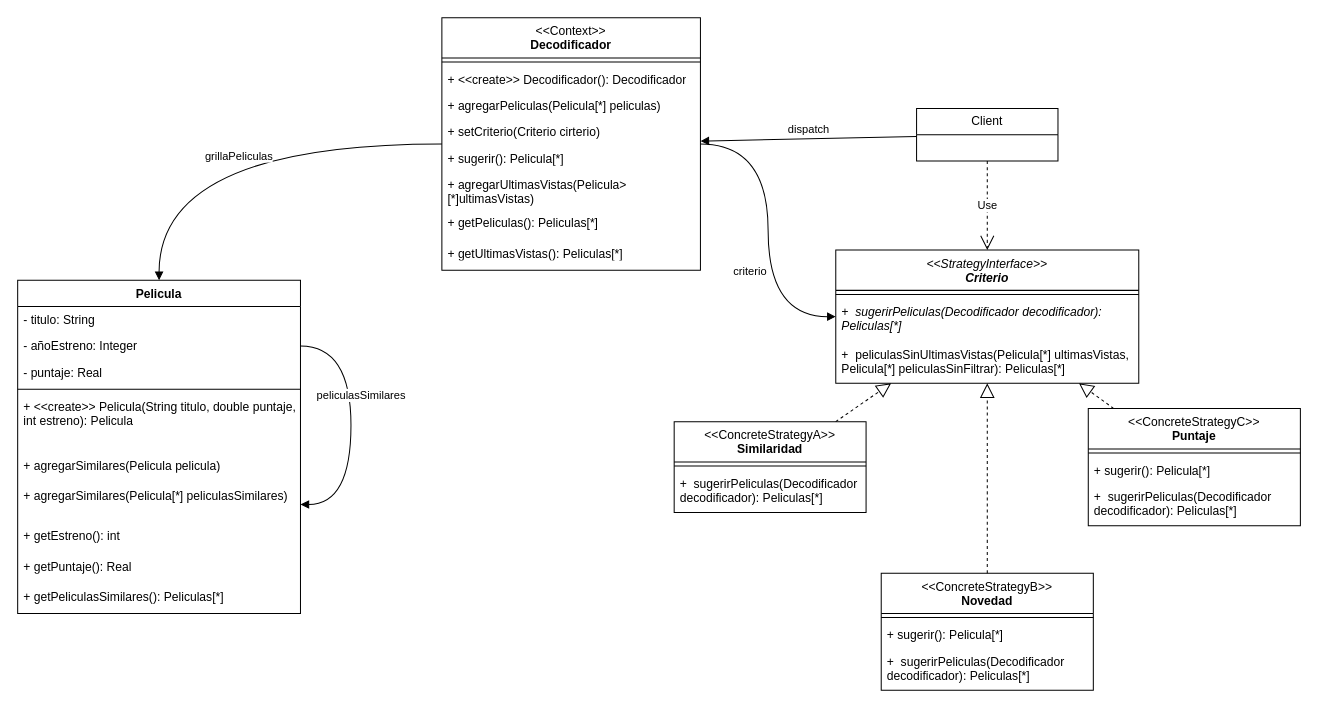
senrasunlp/OO2-2025 keeps this draw.io diagram as 02_Prácticas/03-patrones/05-decodificador/05-decodificador.drawio. Above is the earlier version. Source tidied: cells renumbered, new cells numbered last; positions are measured from the earlier drawing's top-left corner, leaving out a move shared by most shapes. Both pictures are drawn from the tidied source at 101%, with x=0, y=0 at pixel (17, 17).
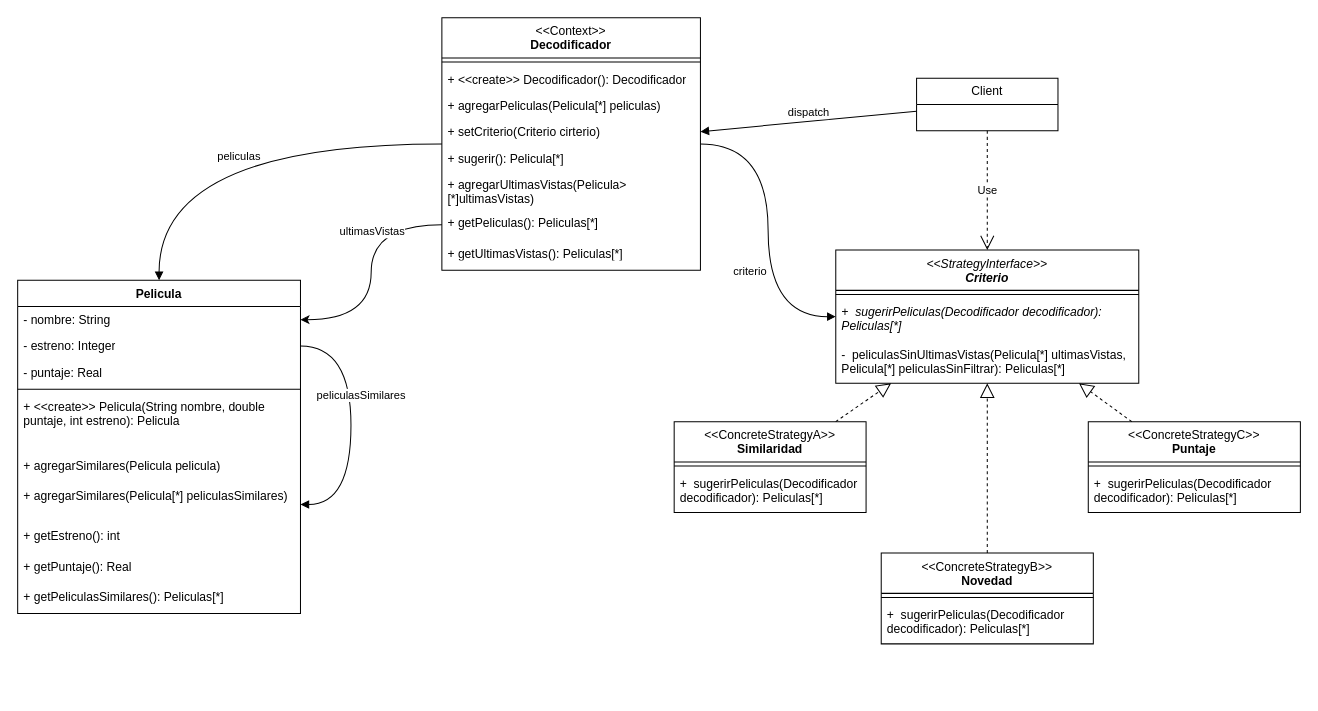
The same diagram, later.

The change refers to these unchanged cells:
```xml
<mxCell id="9" value="+ getPeliculas(): Peliculas[*]" style="text;strokeColor=none;fillColor=none;align=left;verticalAlign=top;spacingLeft=4;spacingRight=4;overflow=hidden;points=[[0,0.5],[1,0.5]];portConstraint=eastwest;whiteSpace=wrap;html=1;" parent="2" vertex="1">
  <mxGeometry y="190" width="256" height="30" as="geometry" />
</mxCell>
<mxCell id="11" value="Pelicula" style="swimlane;fontStyle=1;align=center;verticalAlign=top;horizontal=1;startSize=26;whiteSpace=wrap;html=1;" parent="1" vertex="1">
  <mxGeometry y="260" width="280" height="330" as="geometry" />
</mxCell>
<mxCell id="23" value="&lt;div&gt;&lt;span style=&quot;font-weight: normal;&quot;&gt;&amp;lt;&amp;lt;StrategyInterface&amp;gt;&amp;gt;&lt;/span&gt;&lt;/div&gt;Criterio" style="swimlane;fontStyle=3;align=center;verticalAlign=top;horizontal=1;startSize=40;whiteSpace=wrap;html=1;" parent="1" vertex="1">
  <mxGeometry x="810" y="230" width="300" height="132" as="geometry" />
</mxCell>
<mxCell id="40" style="html=1;verticalAlign=bottom;endArrow=block;curved=1;rounded=0;edgeStyle=orthogonalEdgeStyle;" parent="1" edge="1" source="2" target="11">
  <mxGeometry relative="1" as="geometry" />
</mxCell>
```

What changed in the source:
```diff
@@
-    <mxCell id="12" value="- titulo: String" style="text;strokeColor=none;fillColor=none;align=left;verticalAlign=top;spacingLeft=4;spacingRight=4;overflow=hidden;points=[[0,0.5],[1,0.5]];portConstraint=eastwest;whiteSpace=wrap;html=1;" parent="11" vertex="1">
+    <mxCell id="12" value="- nombre: String" style="text;strokeColor=none;fillColor=none;align=left;verticalAlign=top;spacingLeft=4;spacingRight=4;overflow=hidden;points=[[0,0.5],[1,0.5]];portConstraint=eastwest;whiteSpace=wrap;html=1;" parent="11" vertex="1">
       <mxGeometry y="26" width="280" height="26" as="geometry" />
     </mxCell>
-    <mxCell id="13" value="- añoEstreno: Integer" style="text;strokeColor=none;fillColor=none;align=left;verticalAlign=top;spacingLeft=4;spacingRight=4;overflow=hidden;points=[[0,0.5],[1,0.5]];portConstraint=eastwest;whiteSpace=wrap;html=1;" parent="11" vertex="1">
+    <mxCell id="13" value="- estreno: Integer" style="text;strokeColor=none;fillColor=none;align=left;verticalAlign=top;spacingLeft=4;spacingRight=4;overflow=hidden;points=[[0,0.5],[1,0.5]];portConstraint=eastwest;whiteSpace=wrap;html=1;" parent="11" vertex="1">
       <mxGeometry y="52" width="280" height="26" as="geometry" />
     </mxCell>
@@
-    <mxCell id="16" value="+ &amp;lt;&amp;lt;create&amp;gt;&amp;gt;&amp;nbsp;Pelicula(String titulo, double puntaje, int estreno): Pelicula" style="text;strokeColor=none;fillColor=none;align=left;verticalAlign=top;spacingLeft=4;spacingRight=4;overflow=hidden;whiteSpace=wrap;html=1;" parent="11" vertex="1">
+    <mxCell id="16" value="+ &amp;lt;&amp;lt;create&amp;gt;&amp;gt;&amp;nbsp;Pelicula(String nombre, double puntaje, int estreno): Pelicula" style="text;strokeColor=none;fillColor=none;align=left;verticalAlign=top;spacingLeft=4;spacingRight=4;overflow=hidden;whiteSpace=wrap;html=1;" parent="11" vertex="1">
       <mxGeometry y="112" width="280" height="58" as="geometry" />
     </mxCell>
@@
-    <mxCell id="26" value="&lt;span&gt;+&amp;nbsp;&amp;nbsp;&lt;/span&gt;peliculasSinUltimasVistas(Pelicula[*] ultimasVistas, Pelicula[*] peliculasSinFiltrar): Peliculas[*]" style="text;strokeColor=none;fillColor=none;align=left;verticalAlign=top;spacingLeft=4;spacingRight=4;overflow=hidden;whiteSpace=wrap;html=1;fontStyle=0;" parent="23" vertex="1">
+    <mxCell id="26" value="&lt;span&gt;-&amp;nbsp;&amp;nbsp;&lt;/span&gt;peliculasSinUltimasVistas(Pelicula[*] ultimasVistas, Pelicula[*] peliculasSinFiltrar): Peliculas[*]" style="text;strokeColor=none;fillColor=none;align=left;verticalAlign=top;spacingLeft=4;spacingRight=4;overflow=hidden;whiteSpace=wrap;html=1;fontStyle=0;" parent="23" vertex="1">
       <mxGeometry y="90" width="300" height="42" as="geometry" />
     </mxCell>
     <mxCell id="27" value="&lt;div&gt;&lt;span style=&quot;font-weight: normal;&quot;&gt;&amp;lt;&amp;lt;ConcreteStrategyB&amp;gt;&amp;gt;&lt;/span&gt;&lt;/div&gt;Novedad" style="swimlane;fontStyle=1;align=center;verticalAlign=top;horizontal=1;startSize=40;whiteSpace=wrap;html=1;" parent="1" vertex="1">
-      <mxGeometry x="855" y="550" width="210" height="116" as="geometry" />
+      <mxGeometry x="855" y="530" width="210" height="90" as="geometry" />
     </mxCell>
@@
-    <mxCell id="29" value="+ sugerir(): Pelicula[*]" style="text;strokeColor=none;fillColor=none;align=left;verticalAlign=top;spacingLeft=4;spacingRight=4;overflow=hidden;whiteSpace=wrap;html=1;" parent="27" vertex="1">
-      <mxGeometry y="48" width="210" height="26" as="geometry" />
-    </mxCell>
     <mxCell id="30" value="&lt;span&gt;+&amp;nbsp; sugerirPeliculas(Decodificador decodificador): Peliculas[*]&lt;/span&gt;" style="text;strokeColor=none;fillColor=none;align=left;verticalAlign=top;spacingLeft=4;spacingRight=4;overflow=hidden;whiteSpace=wrap;html=1;fontStyle=0;" parent="27" vertex="1">
-      <mxGeometry y="74" width="210" height="42" as="geometry" />
+      <mxGeometry y="48" width="210" height="42" as="geometry" />
     </mxCell>
     <mxCell id="31" value="&lt;span style=&quot;font-weight: normal;&quot;&gt;&amp;lt;&amp;lt;ConcreteStrategyC&amp;gt;&amp;gt;&lt;/span&gt;&lt;br&gt;Puntaje" style="swimlane;fontStyle=1;align=center;verticalAlign=top;horizontal=1;startSize=40;whiteSpace=wrap;html=1;" parent="1" vertex="1">
-      <mxGeometry x="1060" y="387" width="210" height="116" as="geometry" />
+      <mxGeometry x="1060" y="400" width="210" height="90" as="geometry" />
     </mxCell>
@@
-    <mxCell id="33" value="+ sugerir(): Pelicula[*]" style="text;strokeColor=none;fillColor=none;align=left;verticalAlign=top;spacingLeft=4;spacingRight=4;overflow=hidden;whiteSpace=wrap;html=1;" parent="31" vertex="1">
-      <mxGeometry y="48" width="210" height="26" as="geometry" />
-    </mxCell>
     <mxCell id="34" value="&lt;span&gt;+&amp;nbsp; sugerirPeliculas(Decodificador decodificador): Peliculas[*]&lt;/span&gt;" style="text;strokeColor=none;fillColor=none;align=left;verticalAlign=top;spacingLeft=4;spacingRight=4;overflow=hidden;whiteSpace=wrap;html=1;fontStyle=0;" parent="31" vertex="1">
-      <mxGeometry y="74" width="210" height="42" as="geometry" />
+      <mxGeometry y="48" width="210" height="42" as="geometry" />
     </mxCell>
@@
-    <mxCell id="41" value="grillaPeliculas" style="edgeLabel;html=1;align=center;verticalAlign=middle;" parent="40" vertex="1">
+    <mxCell id="41" value="peliculas" style="edgeLabel;html=1;align=center;verticalAlign=middle;" parent="40" vertex="1">
       <mxGeometry x="0.26" y="-19" relative="1" as="geometry">
         <mxPoint x="59" y="30" as="offset" />
       </mxGeometry>
     </mxCell>
@@
     <mxCell id="45" value="Client" style="swimlane;fontStyle=0;horizontal=1;startSize=26;fillColor=none;whiteSpace=wrap;html=1;" parent="1" vertex="1">
-      <mxGeometry x="890" y="90" width="140" height="52" as="geometry" />
+      <mxGeometry x="890" y="60" width="140" height="52" as="geometry" />
     </mxCell>
@@
+    <mxCell id="48" style="edgeStyle=orthogonalEdgeStyle;rounded=0;jettySize=auto;html=1;exitX=0;exitY=0.5;exitDx=0;exitDy=0;entryX=1;entryY=0.5;entryDx=0;entryDy=0;curved=1;" parent="1" edge="1" source="9" target="12">
+      <mxGeometry relative="1" as="geometry" />
+    </mxCell>
+    <mxCell id="49" value="ultimasVistas" style="edgeLabel;html=1;align=center;verticalAlign=middle;" parent="48" vertex="1">
+      <mxGeometry x="-0.34" relative="1" as="geometry">
+        <mxPoint y="-1" as="offset" />
+      </mxGeometry>
+    </mxCell>
```
